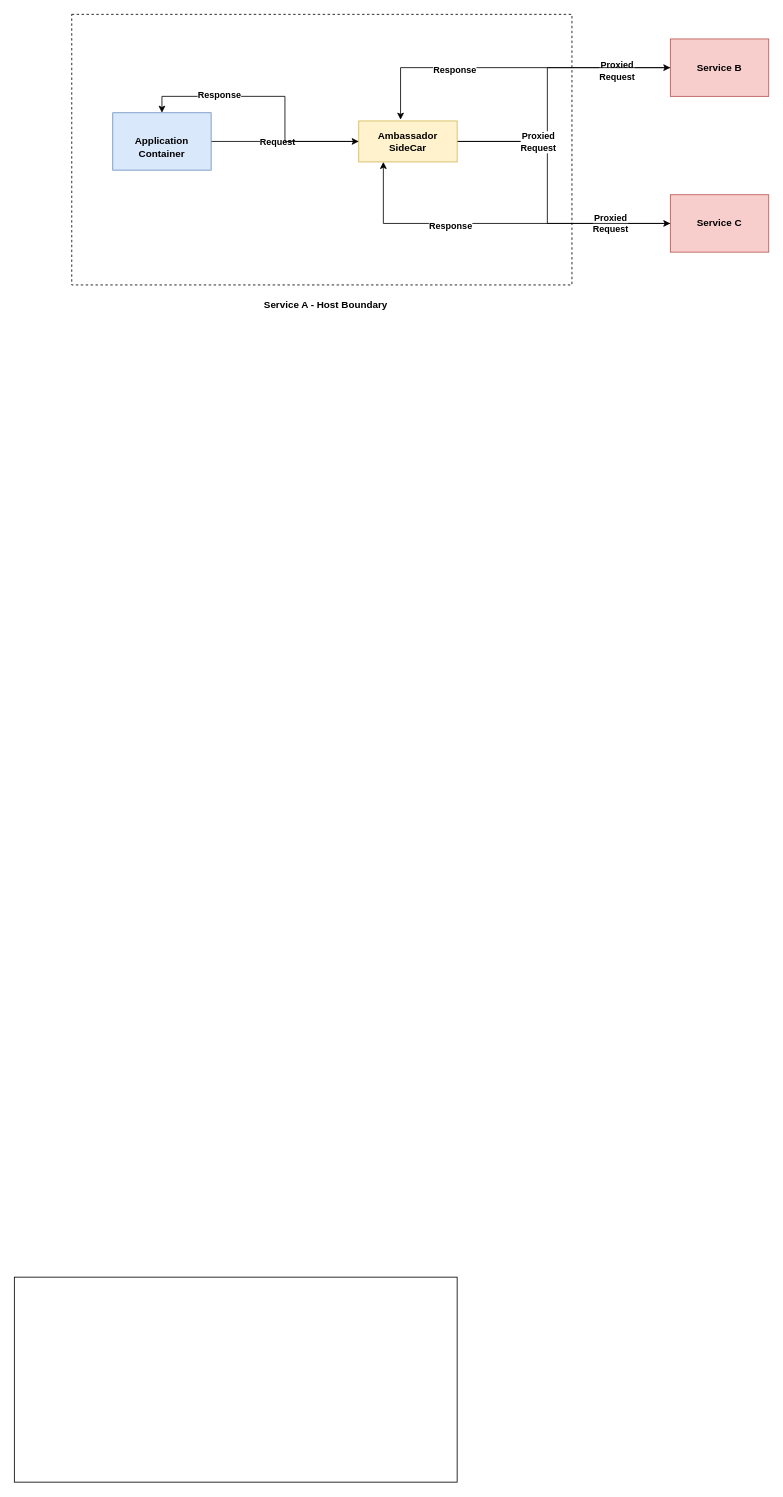
amit894/diagrams keeps this draw.io diagram as ambassador/Ambassador.drawio. Above is the earlier version. Source tidied: cells renumbered, new cells numbered last; positions are measured from the earlier drawing's top-left corner, leaving out a move shared by most shapes. Both pictures are drawn from the tidied source at 82%, with x=0, y=0 at pixel (14, 14).
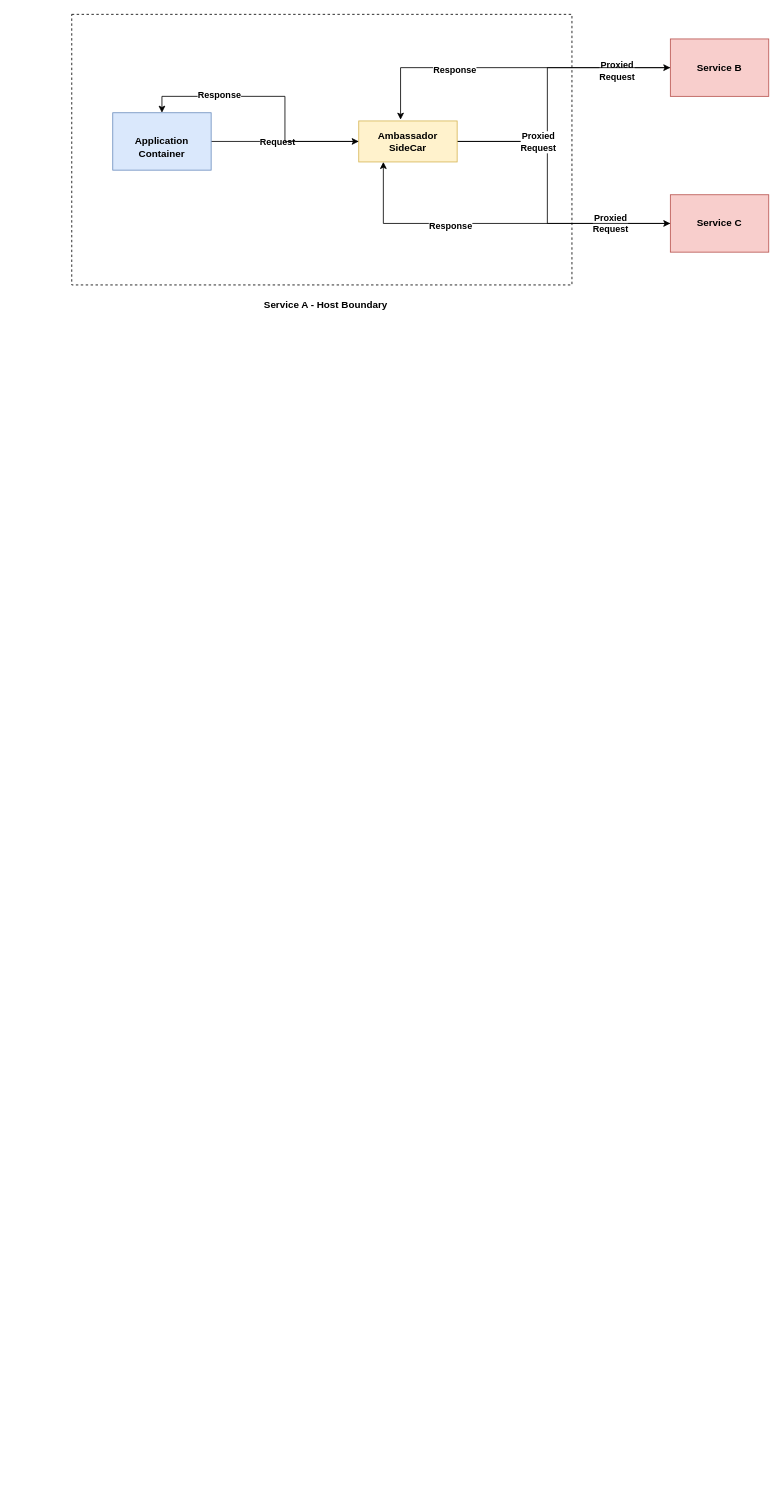
The same page after the edit.

Diff of the diagram source:
```diff
@@
-    <mxCell id="13" style="rounded=0;whiteSpace=wrap;html=1;fillColor=none;" parent="1" vertex="1">
-      <mxGeometry y="1540" width="540" height="250" as="geometry" />
-    </mxCell>
```
